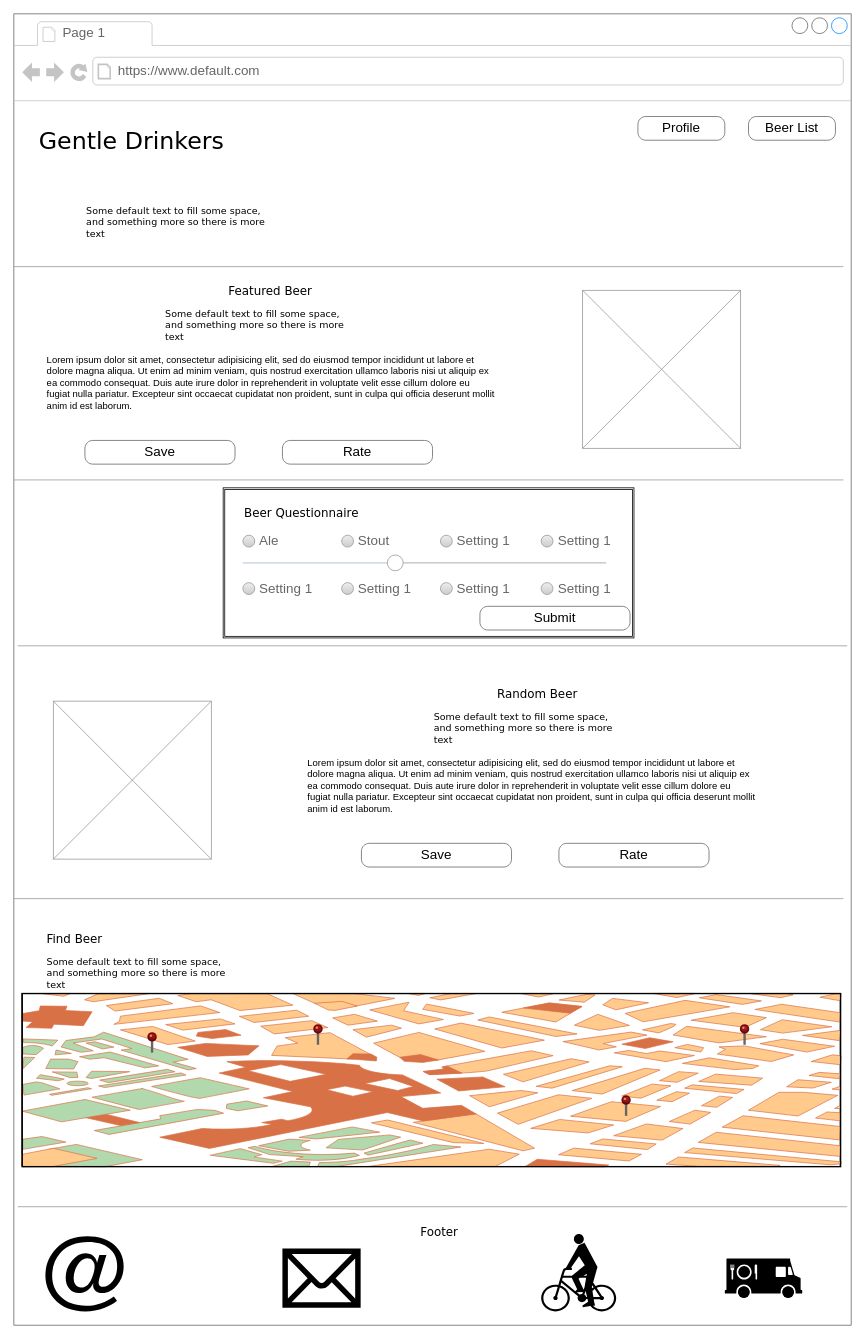
Earlier version of the draw.io diagram page "Page-1" (1 of 4) of assets/wireframes/gentle-drinker-wireframe.drawio (ehunter7/will-call). Source tidied: cells renumbered, new cells numbered last; positions are measured from the earlier drawing's top-left corner, leaving out a move shared by most shapes. Both pictures are drawn from the tidied source at 79%, with x=0, y=0 at pixel (13, 13).
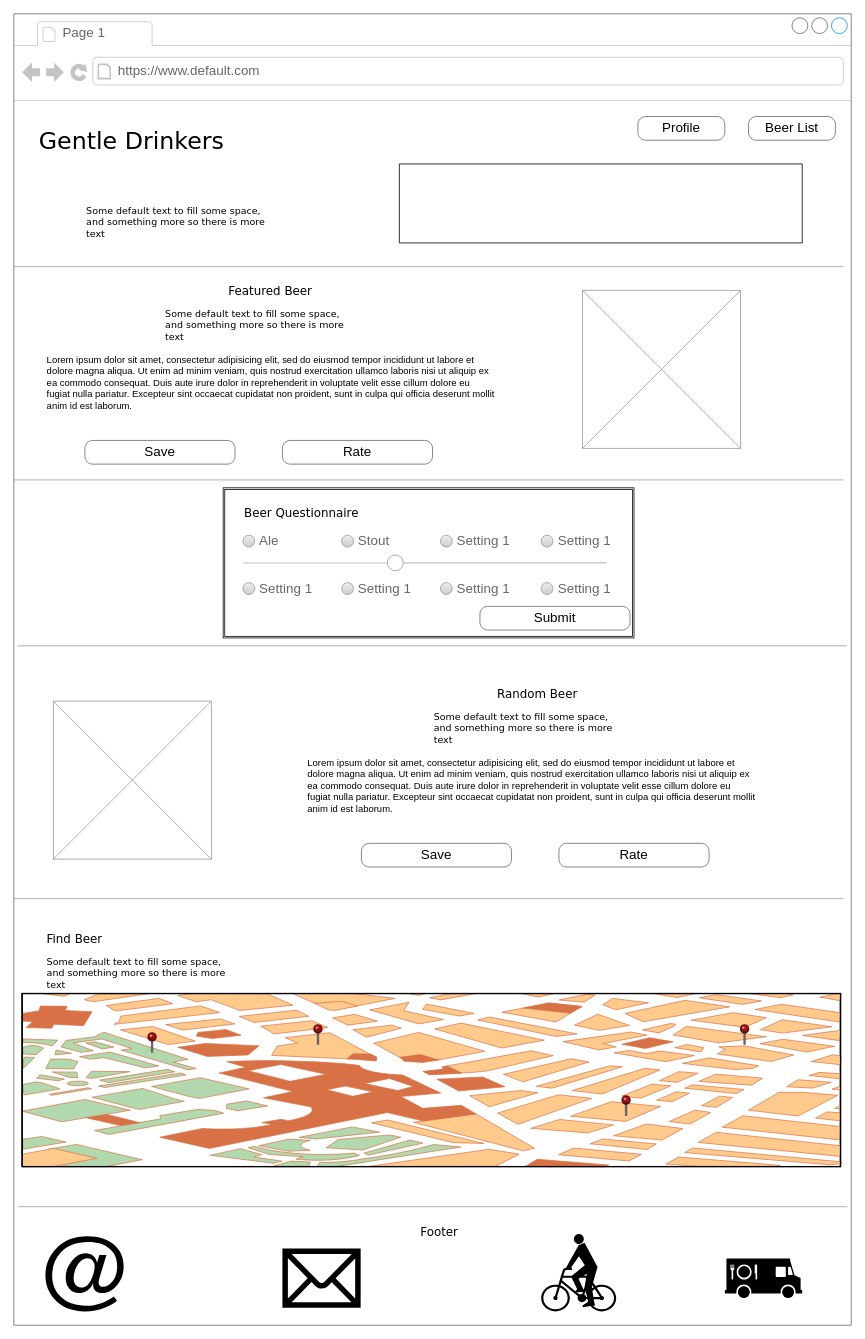
The same page after the edit.

Unchanged cells that the change refers to:
```xml
<mxCell id="2" style="strokeWidth=1;shadow=0;dashed=0;align=center;html=1;shape=mxgraph.mockup.containers.browserWindow;rSize=0;strokeColor=#666666;mainText=,;rounded=0;labelBackgroundColor=none;fontFamily=Verdana;fontSize=12;" parent="1" vertex="1">
  <mxGeometry width="1060" height="1660" as="geometry" />
</mxCell>
```

Change to the diagram source:
```diff
@@
+    <mxCell id="50" style="swimlane;startSize=0;" parent="2" vertex="1">
+      <mxGeometry x="488" y="190" width="510" height="100" as="geometry" />
+    </mxCell>
```
